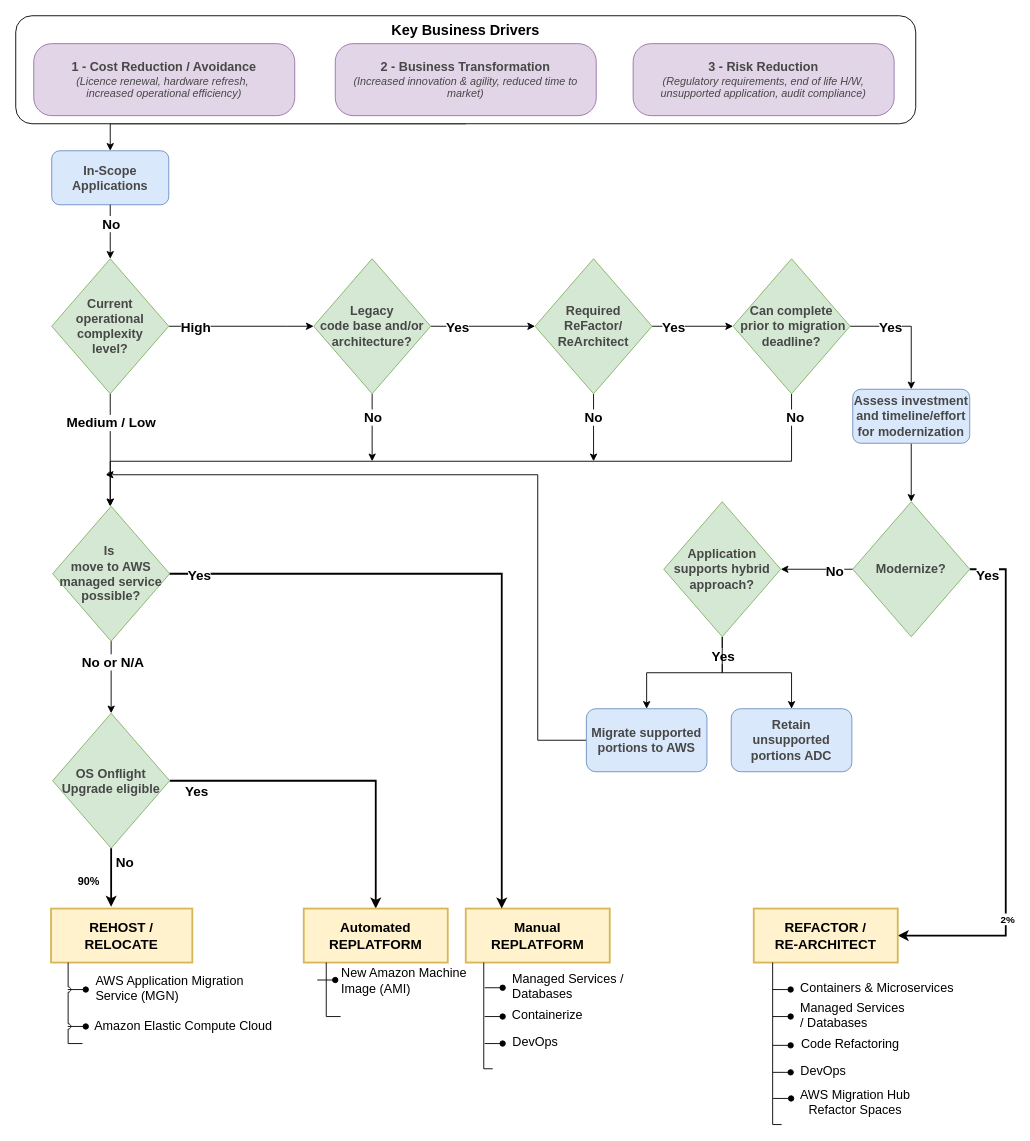
Before: page "Decision Tree" (1 of 2) of 3Rs-DecisionTree-baseModel.drawio in anthonygea/mycv, a draw.io diagram. Source tidied: cells renumbered, new cells numbered last; positions are measured from the earlier drawing's top-left corner, leaving out a move shared by most shapes. Both pictures are drawn from the tidied source at 90%, with x=0, y=0 at pixel (15, 15).
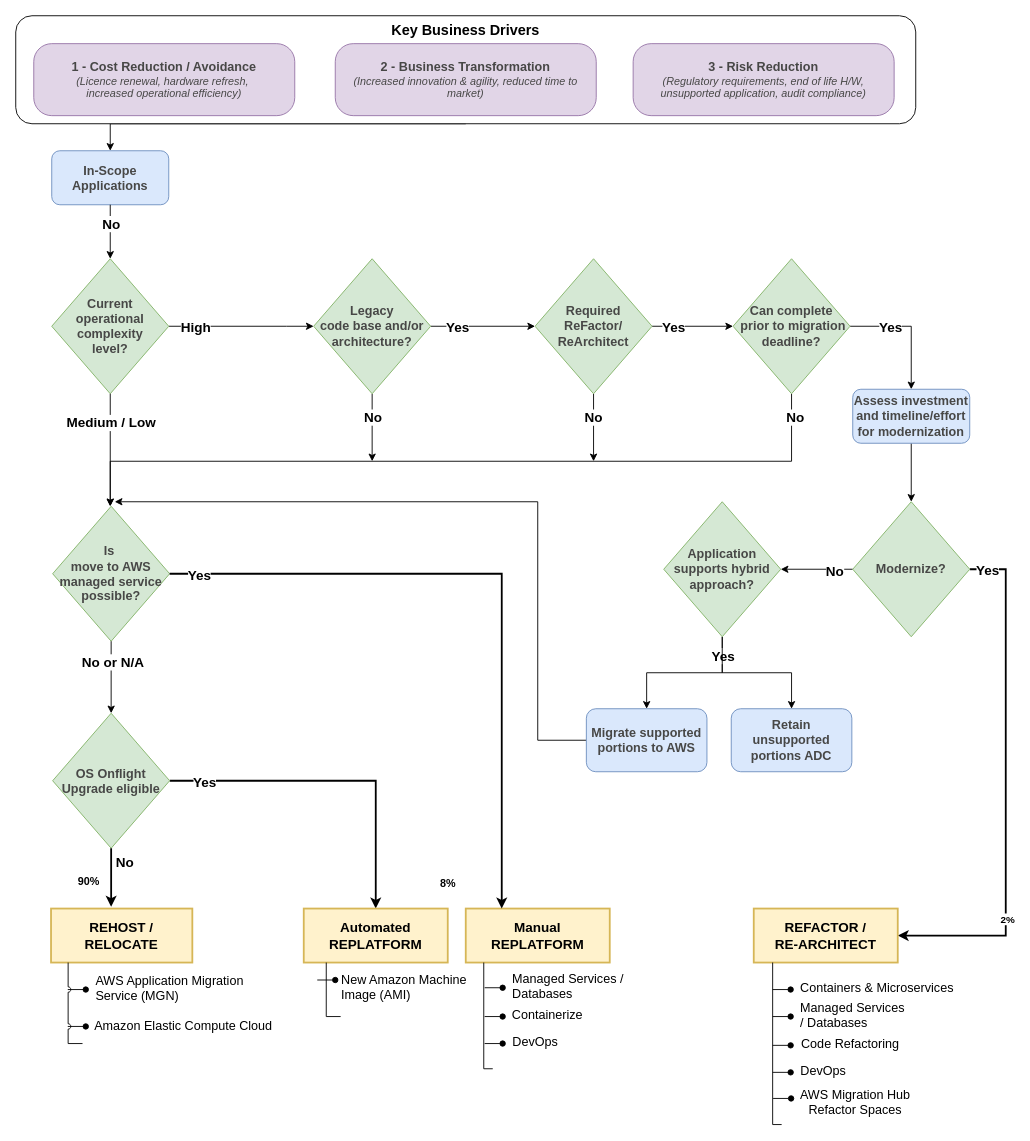
The same page after the edit.

Commit message:
Add percentage for RePlatform

The change refers to these unchanged cells:
```xml
<mxCell id="2" style="edgeStyle=orthogonalEdgeStyle;rounded=0;jumpStyle=none;jettySize=auto;html=1;strokeWidth=2;exitX=1;exitY=0.5;exitDx=0;exitDy=0;entryX=0.5;entryY=0;entryDx=0;entryDy=0;" parent="1" edge="1" source="39" target="82">
  <mxGeometry relative="1" as="geometry">
    <Array as="points">
      <mxPoint x="400" y="850" />
    </Array>
  </mxGeometry>
</mxCell>
<mxCell id="10" style="edgeStyle=orthogonalEdgeStyle;rounded=0;jumpStyle=arc;jettySize=auto;html=1;strokeWidth=2;exitX=1;exitY=0.5;exitDx=0;exitDy=0;entryX=1;entryY=0.5;entryDx=0;entryDy=0;" parent="1" edge="1" source="35" target="13">
  <mxGeometry relative="1" as="geometry">
    <Array as="points">
      <mxPoint x="1100" y="615" />
      <mxPoint x="1100" y="1022" />
    </Array>
  </mxGeometry>
</mxCell>
<mxCell id="78" value="&lt;b style=&quot;color: rgb(71 , 71 , 70) ; font-family: &amp;quot;arial&amp;quot; ; font-size: 14px&quot;&gt;Migrate supported portions to AWS&lt;/b&gt;" style="rounded=1;whiteSpace=wrap;html=1;fillColor=#dae8fc;strokeColor=#6c8ebf;" parent="1" vertex="1">
  <mxGeometry x="634" y="770" width="134" height="70" as="geometry" />
</mxCell>
```

What changed in the source:
```diff
@@
     <mxCell id="3" value="&lt;font size=&quot;1&quot;&gt;&lt;b style=&quot;font-size: 15px&quot;&gt;Yes&lt;/b&gt;&lt;/font&gt;" style="edgeLabel;html=1;align=center;verticalAlign=middle;" parent="2" vertex="1">
       <mxGeometry x="-0.95" relative="1" as="geometry">
-        <mxPoint x="20" y="10" as="offset" />
+        <mxPoint x="29" as="offset" />
       </mxGeometry>
     </mxCell>
@@
     <mxCell id="11" value="&lt;b&gt;&lt;font style=&quot;font-size: 15px&quot;&gt;Yes&lt;/font&gt;&lt;/b&gt;" style="edgeLabel;html=1;align=center;verticalAlign=middle;" parent="10" vertex="1">
       <mxGeometry x="-0.96" y="1" relative="1" as="geometry">
-        <mxPoint x="8" y="6" as="offset" />
+        <mxPoint x="8" y="1" as="offset" />
       </mxGeometry>
     </mxCell>
@@
     <mxCell id="77" style="edgeStyle=orthogonalEdgeStyle;rounded=0;jettySize=auto;html=1;exitX=0;exitY=0.5;exitDx=0;exitDy=0;strokeWidth=1;jumpStyle=arc;" parent="1" edge="1" source="78">
       <mxGeometry relative="1" as="geometry">
-        <mxPoint x="100" y="510" as="targetPoint" />
+        <mxPoint x="110" y="540" as="targetPoint" />
         <Array as="points">
           <mxPoint x="580" y="805" />
         </Array>
       </mxGeometry>
     </mxCell>
@@
     <mxCell id="85" value="&lt;font style=&quot;font-size: 14px&quot;&gt;New Amazon Machine Image (AMI)&amp;nbsp;&lt;/font&gt;" style="text;html=1;strokeColor=none;fillColor=none;align=left;verticalAlign=middle;whiteSpace=wrap;rounded=0;" parent="1" vertex="1">
-      <mxGeometry x="360" y="1062" width="161" height="20" as="geometry" />
+      <mxGeometry x="360" y="1069" width="161" height="20" as="geometry" />
     </mxCell>
+    <mxCell id="86" value="&lt;b&gt;8%&lt;/b&gt;" style="text;html=1;align=center;verticalAlign=middle;strokeColor=none;fillColor=none;" parent="1" vertex="1">
+      <mxGeometry x="460" y="950" width="40" height="30" as="geometry" />
+    </mxCell>
```
